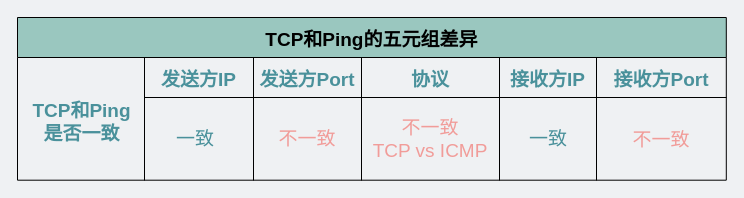
xiaobaiTech/image keeps this draw.io diagram as network/不同TCP连接的五元组差异.drawio. Above is the earlier version. Source tidied: cells renumbered, new cells numbered last; positions are measured from the earlier drawing's top-left corner, leaving out a move shared by most shapes. Both pictures are drawn from the tidied source at 100%, with x=0, y=0 at pixel (17, 17).
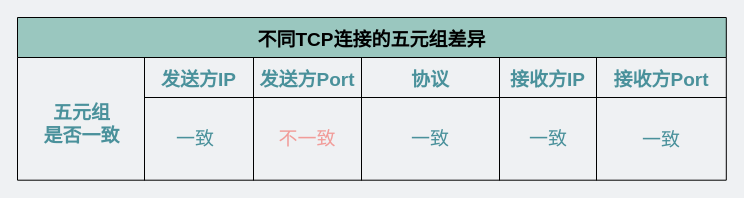
The same page after the edit.

Commit message:
更新不同TCP连接的五元组差异.drawio

The edit, as a diff of the source:
```diff
@@
 <mxGraphModel background="#EFF1F3">
   <root>
     <mxCell id="0" />
     <mxCell id="1" parent="0" />
-    <mxCell id="2" value="TCP和Ping的五元组差异" style="shape=table;childLayout=tableLayout;startSize=40;fontStyle=1;rounded=0;sketch=0;fontSize=19;fillColor=#9AC7BF;" parent="1" vertex="1">
+    <mxCell id="2" value="不同TCP连接的五元组差异" style="shape=table;childLayout=tableLayout;startSize=40;fontStyle=1;rounded=0;sketch=0;fontSize=19;fillColor=#9AC7BF;" parent="1" vertex="1">
       <mxGeometry width="708.8" height="162.7" as="geometry" />
     </mxCell>
     <mxCell id="3" style="shape=tableRow;horizontal=0;startSize=127;swimlaneHead=0;swimlaneBody=0;top=0;left=0;bottom=0;right=0;fillColor=none;fontStyle=1;rounded=0;sketch=0;fontSize=19;" parent="2" vertex="1">
       <mxGeometry y="40" width="708.8" height="123" as="geometry" />
     </mxCell>
     <mxCell id="4" value="发送方IP" style="swimlane;swimlaneHead=0;swimlaneBody=0;fontStyle=0;fillColor=none;startSize=40;fontStyle=1;rounded=0;sketch=0;fontSize=19;fontColor=#4A919B;" parent="3" vertex="1">
       <mxGeometry x="127" width="109" height="123" as="geometry" />
     </mxCell>
     <mxCell id="5" value="一致" style="text;html=1;strokeColor=none;fillColor=none;align=center;verticalAlign=middle;whiteSpace=wrap;rounded=0;sketch=0;fontSize=19;fontColor=#4A919B;" parent="4" vertex="1">
       <mxGeometry x="21" y="67" width="60" height="30" as="geometry" />
     </mxCell>
     <mxCell id="6" value="发送方Port" style="swimlane;swimlaneHead=0;swimlaneBody=0;fontStyle=0;fillColor=none;startSize=40;fontStyle=1;rounded=0;sketch=0;fontSize=19;fontColor=#4A919B;" parent="3" vertex="1">
       <mxGeometry x="236" width="108" height="123" as="geometry" />
     </mxCell>
     <mxCell id="7" value="&lt;font color=&quot;#f19c99&quot;&gt;不一致&lt;/font&gt;" style="text;html=1;strokeColor=none;fillColor=none;align=center;verticalAlign=middle;whiteSpace=wrap;rounded=0;sketch=0;fontSize=19;fontColor=#4A919B;" parent="6" vertex="1">
       <mxGeometry x="24" y="67" width="60" height="30" as="geometry" />
     </mxCell>
     <mxCell id="8" value="协议" style="swimlane;swimlaneHead=0;swimlaneBody=0;fontStyle=0;fillColor=none;startSize=40;fontStyle=1;rounded=0;sketch=0;fontSize=19;fontColor=#4A919B;" parent="3" vertex="1">
       <mxGeometry x="344" width="138" height="123" as="geometry" />
     </mxCell>
-    <mxCell id="9" value="&lt;font color=&quot;#f19c99&quot;&gt;不一致&lt;br&gt;TCP vs ICMP&lt;/font&gt;" style="text;html=1;strokeColor=none;fillColor=none;align=center;verticalAlign=middle;whiteSpace=wrap;rounded=0;sketch=0;fontSize=19;fontColor=#4A919B;" parent="8" vertex="1">
+    <mxCell id="9" value="一致" style="text;html=1;strokeColor=none;fillColor=none;align=center;verticalAlign=middle;whiteSpace=wrap;rounded=0;sketch=0;fontSize=19;fontColor=#4A919B;" parent="8" vertex="1">
       <mxGeometry x="7" y="47.5" width="124" height="69" as="geometry" />
     </mxCell>
     <mxCell id="10" value="接收方IP" style="swimlane;swimlaneHead=0;swimlaneBody=0;fontStyle=0;fillColor=none;startSize=40;fontStyle=1;rounded=0;sketch=0;fontSize=19;fontColor=#4A919B;" parent="3" vertex="1">
       <mxGeometry x="482" width="97" height="123" as="geometry" />
     </mxCell>
     <mxCell id="11" value="一致" style="text;html=1;strokeColor=none;fillColor=none;align=center;verticalAlign=middle;whiteSpace=wrap;rounded=0;sketch=0;fontSize=19;fontColor=#4A919B;" parent="10" vertex="1">
       <mxGeometry x="18.5" y="67" width="60" height="30" as="geometry" />
     </mxCell>
     <mxCell id="12" value="接收方Port" style="swimlane;swimlaneHead=0;swimlaneBody=0;fontStyle=0;fillColor=none;startSize=40;fontStyle=1;rounded=0;sketch=0;fontSize=19;fontColor=#4A919B;" parent="3" vertex="1">
       <mxGeometry x="579" width="130" height="123" as="geometry" />
     </mxCell>
-    <mxCell id="13" value="&lt;font color=&quot;#f19c99&quot;&gt;不一致&lt;/font&gt;" style="text;html=1;strokeColor=none;fillColor=none;align=center;verticalAlign=middle;whiteSpace=wrap;rounded=0;sketch=0;fontSize=19;fontColor=#4A919B;" parent="12" vertex="1">
+    <mxCell id="13" value="一致" style="text;html=1;strokeColor=none;fillColor=none;align=center;verticalAlign=middle;whiteSpace=wrap;rounded=0;sketch=0;fontSize=19;fontColor=#4A919B;" parent="12" vertex="1">
       <mxGeometry x="35" y="68" width="60" height="30" as="geometry" />
     </mxCell>
-    <mxCell id="14" value="&lt;b&gt;&lt;font color=&quot;#4a919b&quot;&gt;TCP和Ping&lt;br&gt;是否一致&lt;br&gt;&lt;/font&gt;&lt;/b&gt;" style="text;html=1;strokeColor=none;fillColor=none;align=center;verticalAlign=middle;whiteSpace=wrap;rounded=0;sketch=0;fontSize=19;" parent="1" vertex="1">
-      <mxGeometry x="9" y="71" width="111" height="67" as="geometry" />
+    <mxCell id="14" value="&lt;b&gt;&lt;font color=&quot;#4a919b&quot;&gt;&lt;br&gt;五元组&lt;br&gt;是否一致&lt;br&gt;&lt;/font&gt;&lt;/b&gt;" style="text;html=1;strokeColor=none;fillColor=none;align=center;verticalAlign=middle;whiteSpace=wrap;rounded=0;sketch=0;fontSize=19;" parent="1" vertex="1">
+      <mxGeometry x="6" y="61" width="117" height="69" as="geometry" />
     </mxCell>
   </root>
 </mxGraphModel>
```
